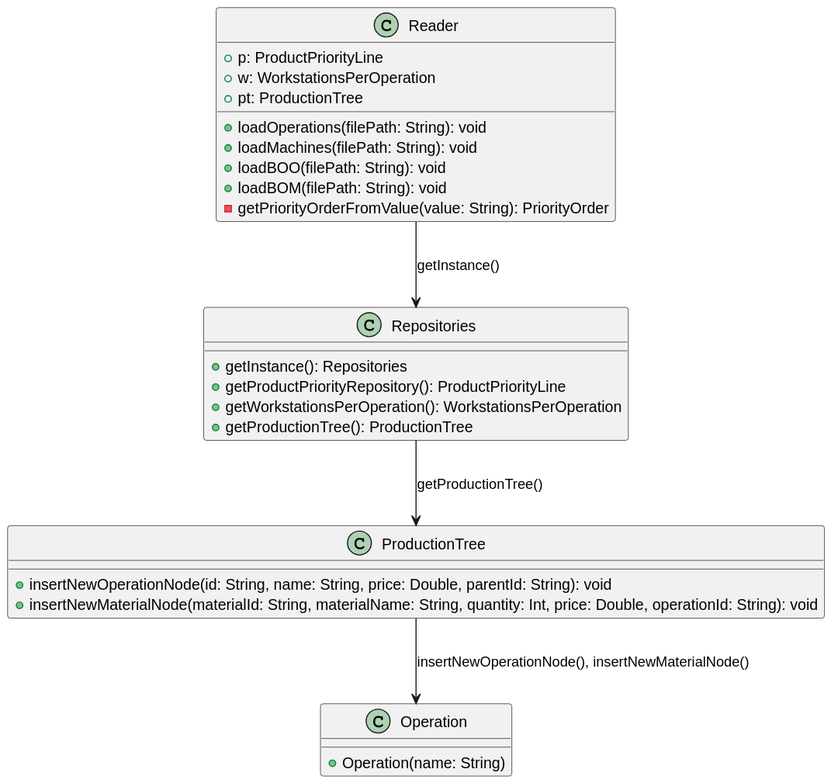
ricardomm7/buildflow keeps this PlantUML diagram as others/documentation/usEI09/design/svg/class-diagram.svg. Above is the earlier version.
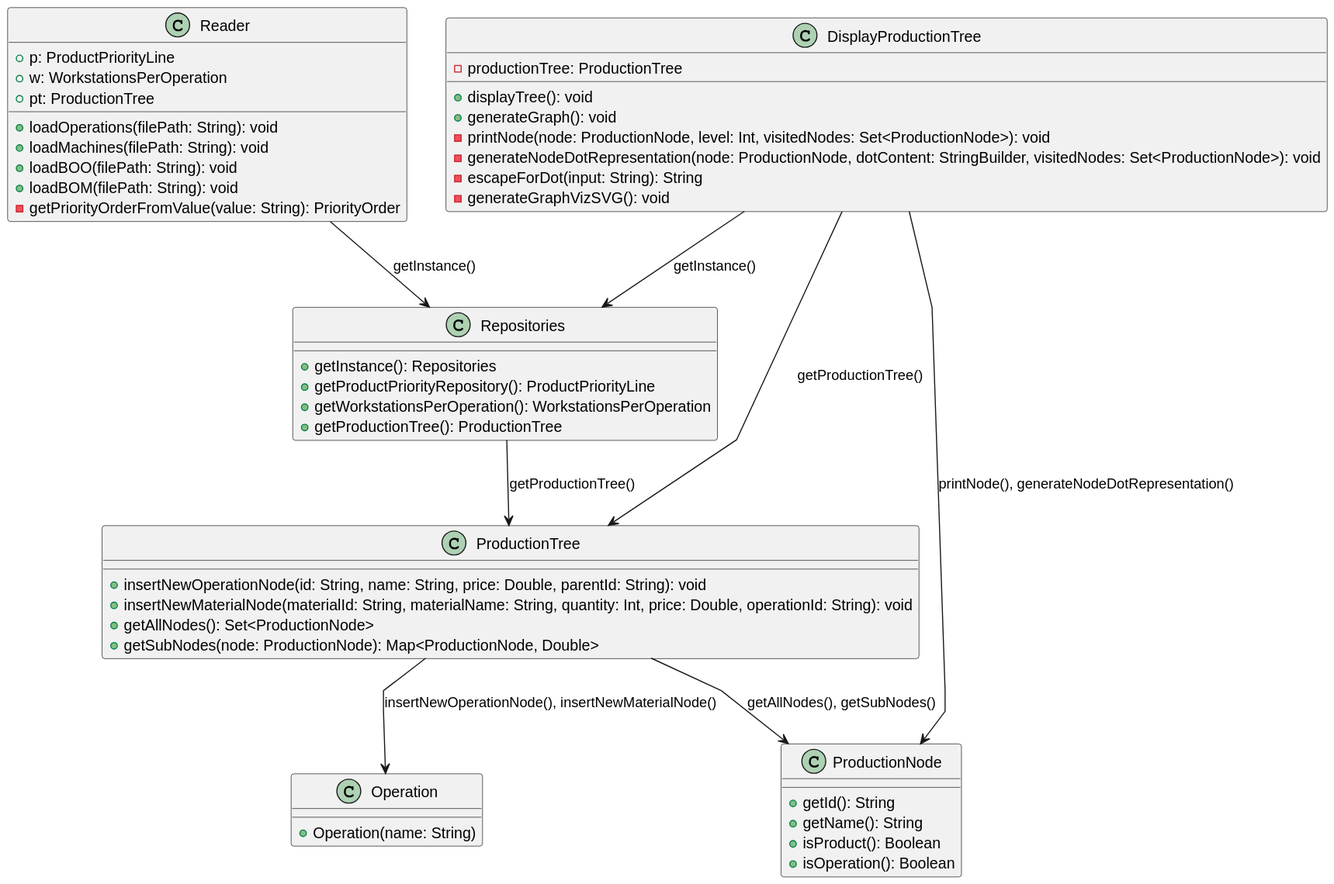
The same diagram one commit later.

The edit, as a diff of the source:
```diff
@@ -18,6 +18,8 @@
 class ProductionTree {
     +insertNewOperationNode(id: String, name: String, price: Double, parentId: String): void
     +insertNewMaterialNode(materialId: String, materialName: String, quantity: Int, price: Double, operationId: String): void
+    +getAllNodes(): Set<ProductionNode>
+    +getSubNodes(node: ProductionNode): Map<ProductionNode, Double>
 }
 
 class Repositories {
@@ -31,8 +33,31 @@
     +Operation(name: String)
 }
 
+class ProductionNode {
+    +getId(): String
+    +getName(): String
+    +isProduct(): Boolean
+    +isOperation(): Boolean
+}
+
+class DisplayProductionTree {
+    +displayTree(): void
+    +generateGraph(): void
+    -printNode(node: ProductionNode, level: Int, visitedNodes: Set<ProductionNode>): void
+    -generateNodeDotRepresentation(node: ProductionNode, dotContent: StringBuilder, visitedNodes: Set<ProductionNode>): void
+    -escapeForDot(input: String): String
+    -generateGraphVizSVG(): void
+
+    -productionTree: ProductionTree
+}
+
 Reader --> Repositories : getInstance()
 Repositories --> ProductionTree : getProductionTree()
 
 ProductionTree --> Operation : insertNewOperationNode(), insertNewMaterialNode()
+ProductionTree --> ProductionNode : getAllNodes(), getSubNodes()
+
+DisplayProductionTree --> Repositories : getInstance()
+DisplayProductionTree --> ProductionTree : getProductionTree()
+DisplayProductionTree --> ProductionNode : printNode(), generateNodeDotRepresentation()
 @enduml
```
